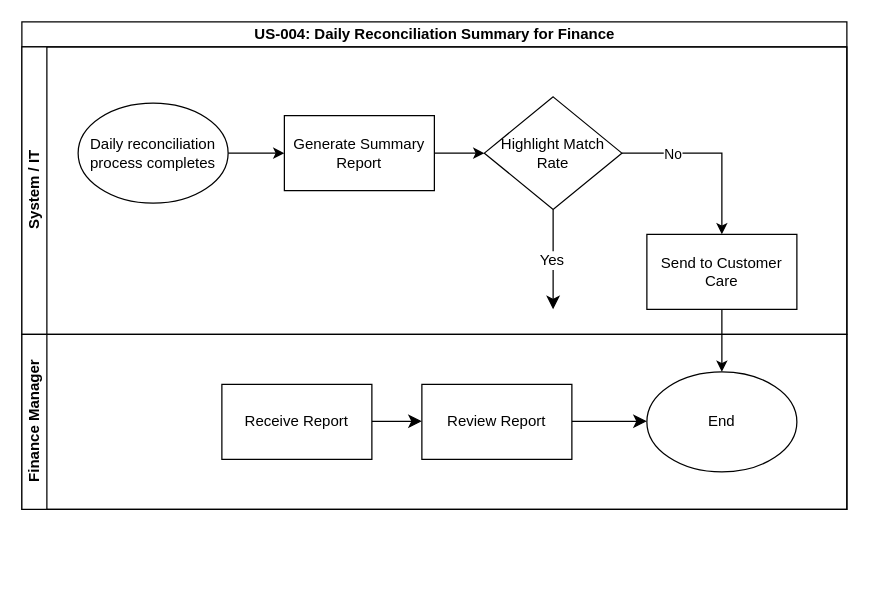
ijs99/energy-analyst-portfolio keeps this draw.io diagram as page "Page-4" (4 of 9) of BA/ProcessMaps/PM001-PM008.drawio. Above is the earlier version. Source tidied: cells renumbered, new cells numbered last; positions are measured from the earlier drawing's top-left corner, leaving out a move shared by most shapes. Both pictures are drawn from the tidied source at 125%, with x=0, y=0 at pixel (21, 21).
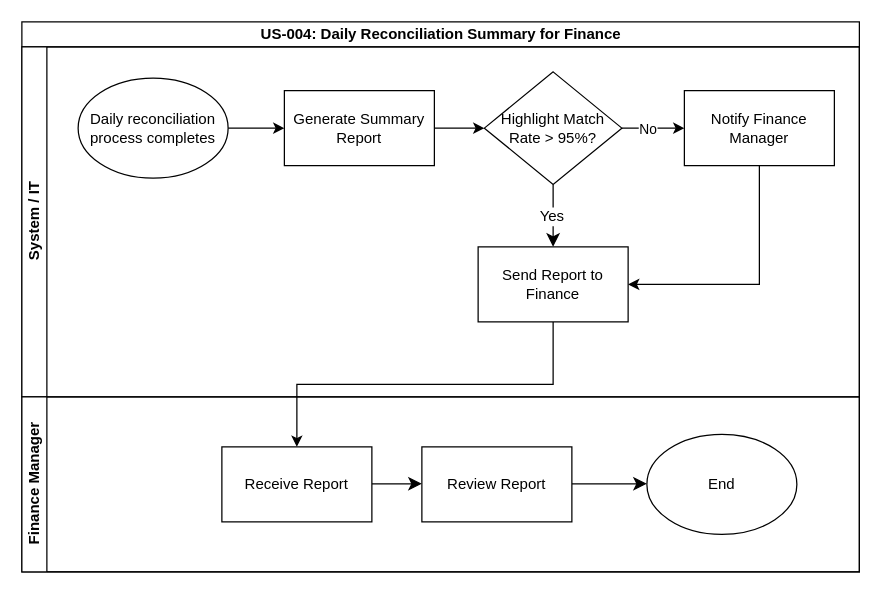
The same page after the edit.

The change refers to these unchanged cells:
```xml
<mxCell id="12" style="edgeStyle=orthogonalEdgeStyle;rounded=0;jettySize=auto;html=1;exitX=1;exitY=0.5;exitDx=0;exitDy=0;" parent="3" edge="1" source="14" target="7">
  <mxGeometry relative="1" as="geometry" />
</mxCell>
<mxCell id="18" value="End" style="ellipse;whiteSpace=wrap;html=1;" parent="15" vertex="1">
  <mxGeometry x="500" y="30" width="120" height="80" as="geometry" />
</mxCell>
<mxCell id="19" value="Receive Report" style="rounded=0;whiteSpace=wrap;html=1;" parent="15" vertex="1">
  <mxGeometry x="160" y="40" width="120" height="60" as="geometry" />
</mxCell>
```

What changed in the source:
```diff
@@
     <mxCell id="2" value="US-004: Daily Reconciliation Summary for Finance" style="swimlane;horizontal=1;startSize=20;html=1;" parent="1" vertex="1">
-      <mxGeometry width="660" height="390" as="geometry" />
+      <mxGeometry width="670" height="440" as="geometry" />
     </mxCell>
     <mxCell id="3" value="System / IT" style="swimlane;startSize=20;horizontal=0;html=1;" parent="2" vertex="1">
-      <mxGeometry y="20" width="660" height="230" as="geometry" />
+      <mxGeometry y="20" width="670" height="280" as="geometry" />
     </mxCell>
-    <mxCell id="4" style="endArrow=classic;html=1;rounded=0;fontSize=12;startSize=8;endSize=8;curved=1;exitX=0.5;exitY=1;exitDx=0;exitDy=0;" parent="3" edge="1" source="14">
-      <mxGeometry relative="1" as="geometry">
-        <mxPoint x="425" y="210" as="targetPoint" />
-      </mxGeometry>
+    <mxCell id="4" style="endArrow=classic;html=1;rounded=0;fontSize=12;startSize=8;endSize=8;curved=1;exitX=0.5;exitY=1;exitDx=0;exitDy=0;entryX=0.5;entryY=0;entryDx=0;entryDy=0;" parent="3" edge="1" source="14" target="22">
+      <mxGeometry relative="1" as="geometry" />
     </mxCell>
@@
-    <mxCell id="7" value="Send to Customer Care" style="rounded=0;whiteSpace=wrap;html=1;" parent="3" vertex="1">
-      <mxGeometry x="500" y="150" width="120" height="60" as="geometry" />
+    <mxCell id="7" value="Notify Finance Manager" style="rounded=0;whiteSpace=wrap;html=1;" parent="3" vertex="1">
+      <mxGeometry x="530" y="35" width="120" height="60" as="geometry" />
     </mxCell>
@@
     <mxCell id="9" value="Daily reconciliation process completes" style="ellipse;whiteSpace=wrap;html=1;" parent="3" vertex="1">
-      <mxGeometry x="45" y="45" width="120" height="80" as="geometry" />
+      <mxGeometry x="45" y="25" width="120" height="80" as="geometry" />
     </mxCell>
@@
     <mxCell id="11" value="Generate Summary Report" style="rounded=0;whiteSpace=wrap;html=1;" parent="3" vertex="1">
-      <mxGeometry x="210" y="55" width="120" height="60" as="geometry" />
+      <mxGeometry x="210" y="35" width="120" height="60" as="geometry" />
     </mxCell>
@@
     <mxCell id="13" value="No" style="edgeLabel;html=1;align=center;verticalAlign=middle;" parent="12" vertex="1">
       <mxGeometry x="-0.08" y="-3" relative="1" as="geometry">
-        <mxPoint x="-27" y="-3" as="offset" />
+        <mxPoint x="-3" y="-3" as="offset" />
       </mxGeometry>
     </mxCell>
-    <mxCell id="14" value="Highlight Match Rate" style="rhombus;whiteSpace=wrap;html=1;" parent="3" vertex="1">
-      <mxGeometry x="370" y="40" width="110" height="90" as="geometry" />
+    <mxCell id="14" value="Highlight Match Rate &amp;gt; 95%?" style="rhombus;whiteSpace=wrap;html=1;" parent="3" vertex="1">
+      <mxGeometry x="370" y="20" width="110" height="90" as="geometry" />
     </mxCell>
+    <mxCell id="22" value="Send Report to Finance" style="rounded=0;whiteSpace=wrap;html=1;" parent="3" vertex="1">
+      <mxGeometry x="365" y="160" width="120" height="60" as="geometry" />
+    </mxCell>
+    <mxCell id="21" style="edgeStyle=orthogonalEdgeStyle;rounded=0;jettySize=auto;html=1;exitX=0.5;exitY=1;exitDx=0;exitDy=0;entryX=1;entryY=0.5;entryDx=0;entryDy=0;" parent="3" edge="1" source="7" target="22">
+      <mxGeometry relative="1" as="geometry" />
+    </mxCell>
     <mxCell id="15" value="Finance Manager" style="swimlane;startSize=20;horizontal=0;html=1;" parent="2" vertex="1">
-      <mxGeometry y="250" width="660" height="140" as="geometry" />
+      <mxGeometry y="300" width="670" height="140" as="geometry" />
     </mxCell>
@@
-    <mxCell id="21" style="edgeStyle=orthogonalEdgeStyle;rounded=0;jettySize=auto;html=1;exitX=0.5;exitY=1;exitDx=0;exitDy=0;entryX=0.5;entryY=0;entryDx=0;entryDy=0;" parent="2" edge="1" source="7" target="18">
-      <mxGeometry relative="1" as="geometry" />
-    </mxCell>
+    <mxCell id="23" style="edgeStyle=orthogonalEdgeStyle;rounded=0;jettySize=auto;html=1;exitX=0.5;exitY=1;exitDx=0;exitDy=0;" parent="2" edge="1" source="22" target="19">
+      <mxGeometry relative="1" as="geometry" />
+    </mxCell>
```
